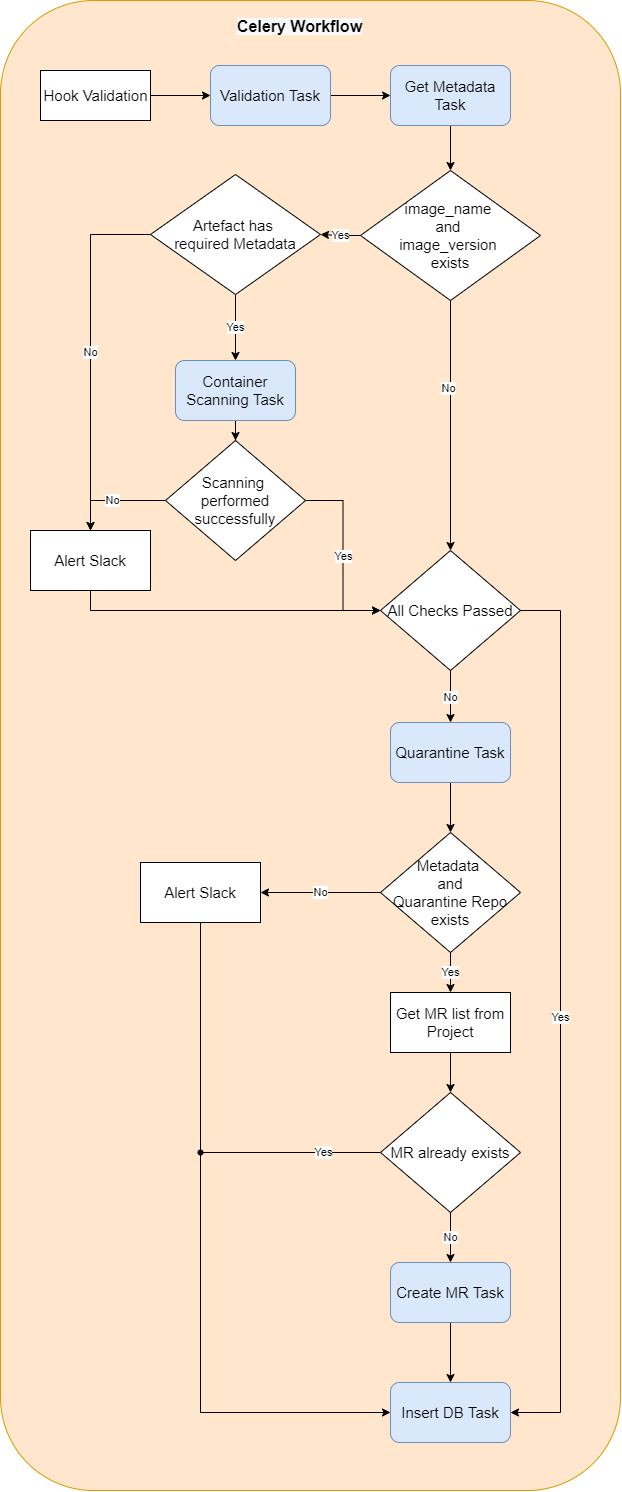
Before: CICD/Artefact-Validation-Workflow.png, a diagram exported from draw.io (jbmorgado/ICALEPCS2021). Source tidied: cells renumbered, new cells last; positions are measured from the earlier drawing's top-left corner, leaving out a move shared by most shapes.
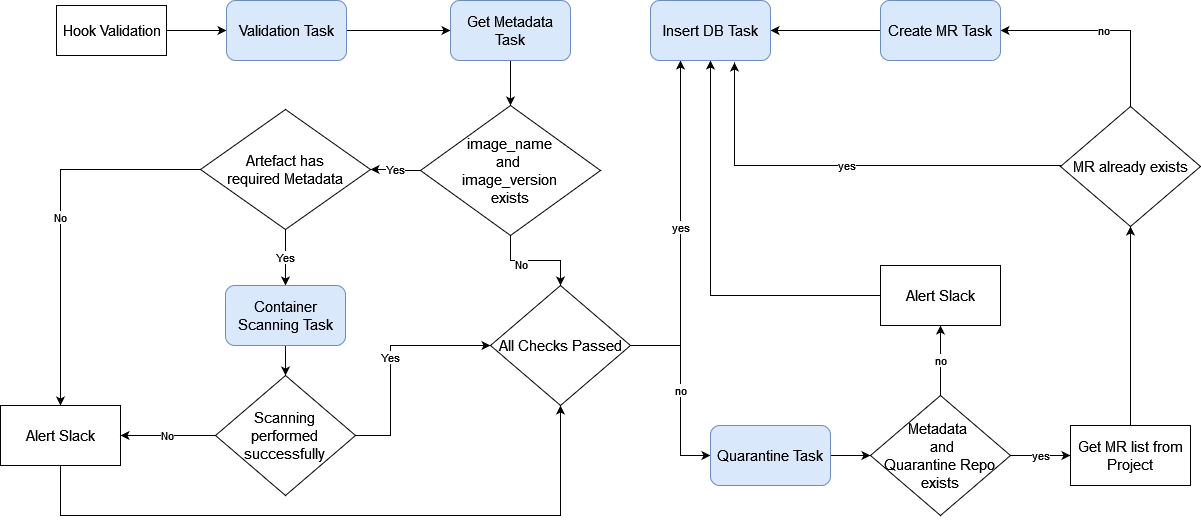
Above is the later version.

Change to the diagram source:
```diff
@@ -2,26 +2,23 @@
   <root>
     <mxCell id="0" />
     <mxCell id="1" parent="0" />
-    <mxCell id="2" style="rounded=1;whiteSpace=wrap;html=1;fillColor=#ffe6cc;strokeColor=#d79b00;" parent="1" vertex="1">
-      <mxGeometry width="620" height="1490" as="geometry" />
-    </mxCell>
     <mxCell id="3" style="edgeStyle=orthogonalEdgeStyle;rounded=0;jettySize=auto;html=1;" parent="1" edge="1" source="4" target="6">
       <mxGeometry relative="1" as="geometry" />
     </mxCell>
     <mxCell id="4" value="&lt;font style=&quot;font-size: 15px&quot;&gt;Hook Validation&lt;/font&gt;" style="html=1;" parent="1" vertex="1">
-      <mxGeometry x="40" y="70" width="110" height="50" as="geometry" />
+      <mxGeometry x="-544" y="-40" width="110" height="50" as="geometry" />
     </mxCell>
     <mxCell id="5" style="edgeStyle=orthogonalEdgeStyle;rounded=0;jettySize=auto;html=1;" parent="1" edge="1" source="6" target="8">
       <mxGeometry relative="1" as="geometry" />
     </mxCell>
     <mxCell id="6" value="&lt;font style=&quot;font-size: 15px&quot;&gt;Validation Task&lt;/font&gt;" style="rounded=1;whiteSpace=wrap;html=1;fillColor=#dae8fc;strokeColor=#6c8ebf;" parent="1" vertex="1">
-      <mxGeometry x="210" y="65" width="120" height="60" as="geometry" />
+      <mxGeometry x="-374" y="-45" width="120" height="60" as="geometry" />
     </mxCell>
     <mxCell id="7" style="edgeStyle=orthogonalEdgeStyle;rounded=0;jettySize=auto;html=1;exitX=0.5;exitY=1;exitDx=0;exitDy=0;entryX=0.5;entryY=0;entryDx=0;entryDy=0;" parent="1" edge="1" source="8" target="12">
       <mxGeometry relative="1" as="geometry" />
     </mxCell>
     <mxCell id="8" value="&lt;font style=&quot;font-size: 15px&quot;&gt;Get Metadata Task&lt;/font&gt;" style="rounded=1;whiteSpace=wrap;html=1;fillColor=#dae8fc;strokeColor=#6c8ebf;" parent="1" vertex="1">
-      <mxGeometry x="390" y="65" width="120" height="60" as="geometry" />
+      <mxGeometry x="-150" y="-45" width="120" height="60" as="geometry" />
     </mxCell>
     <mxCell id="9" value="Yes" style="edgeStyle=orthogonalEdgeStyle;rounded=0;jettySize=auto;html=1;" parent="1" edge="1" source="12" target="15">
       <mxGeometry relative="1" as="geometry" />
@@ -33,112 +30,127 @@
       <mxGeometry x="-0.31" y="-3" relative="1" as="geometry" />
     </mxCell>
     <mxCell id="12" value="&lt;font style=&quot;font-size: 15px&quot;&gt;image_name &lt;br&gt;and&amp;nbsp;&lt;br&gt;image_version &lt;br&gt;exists&lt;/font&gt;" style="rhombus;whiteSpace=wrap;html=1;rounded=0;labelBackgroundColor=none;fontSize=12;" parent="1" vertex="1">
-      <mxGeometry x="360" y="170" width="180" height="130" as="geometry" />
+      <mxGeometry x="-180" y="60" width="180" height="130" as="geometry" />
     </mxCell>
-    <mxCell id="13" value="No" style="edgeStyle=orthogonalEdgeStyle;rounded=0;jettySize=auto;html=1;exitX=0;exitY=0.5;exitDx=0;exitDy=0;" parent="1" edge="1" source="15" target="17">
-      <mxGeometry relative="1" as="geometry" />
-    </mxCell>
+    <mxCell id="43" value="No" style="edgeStyle=orthogonalEdgeStyle;rounded=0;jettySize=auto;html=1;exitX=0;exitY=0.5;exitDx=0;exitDy=0;entryX=0.5;entryY=0;entryDx=0;entryDy=0;" parent="1" edge="1" source="15" target="46">
+      <mxGeometry relative="1" as="geometry">
+        <Array as="points">
+          <mxPoint x="-540" y="124" />
+        </Array>
+      </mxGeometry>
+    </mxCell>
     <mxCell id="14" value="Yes" style="edgeStyle=orthogonalEdgeStyle;rounded=0;jettySize=auto;html=1;" parent="1" edge="1" source="15" target="19">
       <mxGeometry relative="1" as="geometry" />
     </mxCell>
     <mxCell id="15" value="&lt;font style=&quot;font-size: 15px&quot;&gt;Artefact has &lt;br&gt;required Metadata&lt;/font&gt;" style="rhombus;whiteSpace=wrap;html=1;rounded=0;labelBackgroundColor=none;fontSize=12;" parent="1" vertex="1">
-      <mxGeometry x="150" y="174" width="170" height="120" as="geometry" />
+      <mxGeometry x="-400" y="64" width="170" height="120" as="geometry" />
     </mxCell>
-    <mxCell id="16" style="edgeStyle=orthogonalEdgeStyle;rounded=0;jettySize=auto;html=1;exitX=0.5;exitY=1;exitDx=0;exitDy=0;entryX=0;entryY=0.5;entryDx=0;entryDy=0;endArrow=classic;endFill=1;" parent="1" edge="1" source="17" target="22">
-      <mxGeometry relative="1" as="geometry" />
-    </mxCell>
-    <mxCell id="17" value="&lt;font style=&quot;font-size: 15px&quot;&gt;Alert Slack&lt;/font&gt;" style="whiteSpace=wrap;html=1;rounded=0;" parent="1" vertex="1">
-      <mxGeometry x="30" y="530" width="120" height="60" as="geometry" />
-    </mxCell>
+    <mxCell id="45" style="edgeStyle=orthogonalEdgeStyle;rounded=0;jettySize=auto;html=1;exitX=0.5;exitY=1;exitDx=0;exitDy=0;entryX=0.5;entryY=1;entryDx=0;entryDy=0;endArrow=classic;endFill=1;" parent="1" edge="1" source="46" target="22">
+      <mxGeometry relative="1" as="geometry">
+        <Array as="points">
+          <mxPoint x="-540" y="470" />
+          <mxPoint x="-40" y="470" />
+        </Array>
+      </mxGeometry>
+    </mxCell>
+    <mxCell id="46" value="&lt;font style=&quot;font-size: 15px&quot;&gt;Alert Slack&lt;/font&gt;" style="whiteSpace=wrap;html=1;rounded=0;" parent="1" vertex="1">
+      <mxGeometry x="-600" y="360" width="120" height="60" as="geometry" />
+    </mxCell>
     <mxCell id="18" style="edgeStyle=orthogonalEdgeStyle;rounded=0;jettySize=auto;html=1;" parent="1" edge="1" source="19" target="44">
       <mxGeometry relative="1" as="geometry" />
     </mxCell>
     <mxCell id="19" value="&lt;font style=&quot;font-size: 15px&quot;&gt;Container Scanning Task&lt;/font&gt;" style="rounded=1;whiteSpace=wrap;html=1;fillColor=#dae8fc;strokeColor=#6c8ebf;" parent="1" vertex="1">
-      <mxGeometry x="175" y="360" width="120" height="60" as="geometry" />
+      <mxGeometry x="-375" y="240" width="120" height="60" as="geometry" />
     </mxCell>
-    <mxCell id="20" value="No" style="edgeStyle=orthogonalEdgeStyle;rounded=0;jettySize=auto;html=1;" parent="1" edge="1" source="22" target="24">
-      <mxGeometry relative="1" as="geometry" />
+    <mxCell id="20" value="&lt;div&gt;no&lt;/div&gt;" style="edgeStyle=orthogonalEdgeStyle;rounded=0;jettySize=auto;html=1;entryX=0;entryY=0.5;entryDx=0;entryDy=0;" parent="1" edge="1" source="22" target="24">
+      <mxGeometry relative="1" as="geometry">
+        <Array as="points">
+          <mxPoint x="80" y="300" />
+          <mxPoint x="80" y="410" />
+        </Array>
+      </mxGeometry>
     </mxCell>
-    <mxCell id="21" value="Yes" style="edgeStyle=orthogonalEdgeStyle;rounded=0;jettySize=auto;html=1;exitX=1;exitY=0.5;exitDx=0;exitDy=0;entryX=1;entryY=0.5;entryDx=0;entryDy=0;endArrow=classic;endFill=1;" parent="1" edge="1" source="22" target="38">
+    <mxCell id="21" value="&lt;div&gt;yes&lt;/div&gt;" style="edgeStyle=orthogonalEdgeStyle;rounded=0;jettySize=auto;html=1;entryX=0.25;entryY=1;entryDx=0;entryDy=0;" parent="1" edge="1" source="22" target="38">
       <mxGeometry relative="1" as="geometry">
         <Array as="points">
-          <mxPoint x="560" y="610" />
-          <mxPoint x="560" y="1412" />
+          <mxPoint x="80" y="300" />
         </Array>
       </mxGeometry>
     </mxCell>
     <mxCell id="22" value="&lt;font style=&quot;font-size: 15px&quot;&gt;All Checks Passed&lt;/font&gt;" style="rhombus;whiteSpace=wrap;html=1;rounded=0;labelBackgroundColor=none;fontSize=12;" parent="1" vertex="1">
-      <mxGeometry x="380" y="550" width="140" height="120" as="geometry" />
+      <mxGeometry x="-110" y="240" width="140" height="120" as="geometry" />
     </mxCell>
     <mxCell id="23" style="edgeStyle=orthogonalEdgeStyle;rounded=0;jettySize=auto;html=1;" parent="1" edge="1" source="24" target="27">
       <mxGeometry relative="1" as="geometry" />
     </mxCell>
     <mxCell id="24" value="&lt;font style=&quot;font-size: 15px&quot;&gt;Quarantine Task&lt;/font&gt;" style="rounded=1;whiteSpace=wrap;html=1;fillColor=#dae8fc;strokeColor=#6c8ebf;" parent="1" vertex="1">
-      <mxGeometry x="390" y="722" width="120" height="60" as="geometry" />
+      <mxGeometry x="110" y="380" width="120" height="60" as="geometry" />
     </mxCell>
-    <mxCell id="25" value="No" style="edgeStyle=orthogonalEdgeStyle;rounded=0;jettySize=auto;html=1;" parent="1" edge="1" source="27" target="29">
-      <mxGeometry relative="1" as="geometry" />
-    </mxCell>
+    <mxCell id="47" value="no" style="edgeStyle=orthogonalEdgeStyle;rounded=0;jettySize=auto;html=1;" parent="1" edge="1" source="27" target="49">
+      <mxGeometry relative="1" as="geometry" />
+    </mxCell>
-    <mxCell id="26" value="Yes" style="edgeStyle=orthogonalEdgeStyle;rounded=0;jettySize=auto;html=1;" parent="1" edge="1" source="27" target="33">
+    <mxCell id="26" value="yes" style="edgeStyle=orthogonalEdgeStyle;rounded=0;jettySize=auto;html=1;entryX=0;entryY=0.5;entryDx=0;entryDy=0;" parent="1" edge="1" source="27" target="33">
       <mxGeometry relative="1" as="geometry" />
     </mxCell>
     <mxCell id="27" value="&lt;font style=&quot;font-size: 15px&quot;&gt;Metadata&amp;nbsp;&lt;br&gt;&amp;nbsp;and &lt;br&gt;Quarantine Repo&lt;br&gt;exists&lt;/font&gt;" style="rhombus;whiteSpace=wrap;html=1;rounded=0;labelBackgroundColor=none;fontSize=12;" parent="1" vertex="1">
-      <mxGeometry x="380" y="832" width="140" height="120" as="geometry" />
+      <mxGeometry x="270" y="350" width="140" height="120" as="geometry" />
     </mxCell>
-    <mxCell id="28" style="edgeStyle=orthogonalEdgeStyle;rounded=0;jettySize=auto;html=1;entryX=0.5;entryY=0.417;entryDx=0;entryDy=0;entryPerimeter=0;endArrow=none;endFill=0;" parent="1" edge="1" source="29" target="40">
-      <mxGeometry relative="1" as="geometry" />
-    </mxCell>
-    <mxCell id="29" value="&lt;font style=&quot;font-size: 15px&quot;&gt;Alert Slack&lt;/font&gt;" style="whiteSpace=wrap;html=1;rounded=0;" parent="1" vertex="1">
-      <mxGeometry x="140" y="862" width="120" height="60" as="geometry" />
-    </mxCell>
+    <mxCell id="48" style="edgeStyle=orthogonalEdgeStyle;rounded=0;jettySize=auto;html=1;entryX=0.5;entryY=1;entryDx=0;entryDy=0;" parent="1" edge="1" source="49" target="38">
+      <mxGeometry relative="1" as="geometry" />
+    </mxCell>
+    <mxCell id="49" value="&lt;font style=&quot;font-size: 15px&quot;&gt;Alert Slack&lt;/font&gt;" style="whiteSpace=wrap;html=1;rounded=0;" parent="1" vertex="1">
+      <mxGeometry x="280" y="220" width="120" height="60" as="geometry" />
+    </mxCell>
-    <mxCell id="30" style="edgeStyle=orthogonalEdgeStyle;rounded=0;jettySize=auto;html=1;" parent="1" edge="1" source="33" target="35">
+    <mxCell id="30" style="edgeStyle=orthogonalEdgeStyle;rounded=0;jettySize=auto;html=1;entryX=0.5;entryY=1;entryDx=0;entryDy=0;" parent="1" edge="1" source="33" target="35">
       <mxGeometry relative="1" as="geometry" />
     </mxCell>
-    <mxCell id="31" style="edgeStyle=orthogonalEdgeStyle;rounded=0;jettySize=auto;html=1;entryX=0.667;entryY=0.521;entryDx=0;entryDy=0;entryPerimeter=0;endArrow=none;endFill=0;exitX=0;exitY=0.5;exitDx=0;exitDy=0;" parent="1" edge="1" source="35" target="40">
-      <mxGeometry relative="1" as="geometry" />
-    </mxCell>
-    <mxCell id="32" value="Yes" style="edgeLabel;html=1;align=center;verticalAlign=middle;" parent="31" vertex="1">
-      <mxGeometry x="-0.34" y="-1" relative="1" as="geometry" />
-    </mxCell>
     <mxCell id="33" value="&lt;font style=&quot;font-size: 15px&quot;&gt;Get MR list from Project&lt;/font&gt;" style="whiteSpace=wrap;html=1;rounded=0;" parent="1" vertex="1">
-      <mxGeometry x="390" y="992" width="120" height="60" as="geometry" />
+      <mxGeometry x="470" y="380" width="120" height="60" as="geometry" />
     </mxCell>
+    <mxCell id="50" value="yes" style="edgeStyle=orthogonalEdgeStyle;rounded=0;jettySize=auto;html=1;entryX=0.7;entryY=1.033;entryDx=0;entryDy=0;exitX=0;exitY=0.5;exitDx=0;exitDy=0;entryPerimeter=0;" parent="1" edge="1" source="35" target="38">
+      <mxGeometry relative="1" as="geometry">
+        <Array as="points">
+          <mxPoint x="134" y="120" />
+        </Array>
+      </mxGeometry>
+    </mxCell>
-    <mxCell id="34" value="No" style="edgeStyle=orthogonalEdgeStyle;rounded=0;jettySize=auto;html=1;" parent="1" edge="1" source="35" target="37">
-      <mxGeometry relative="1" as="geometry" />
+    <mxCell id="34" value="no" style="edgeStyle=orthogonalEdgeStyle;rounded=0;jettySize=auto;html=1;entryX=1;entryY=0.5;entryDx=0;entryDy=0;" parent="1" edge="1" source="35" target="37">
+      <mxGeometry relative="1" as="geometry">
+        <Array as="points">
+          <mxPoint x="530" y="-15" />
+        </Array>
+      </mxGeometry>
     </mxCell>
     <mxCell id="35" value="&lt;font style=&quot;font-size: 15px&quot;&gt;MR already exists&lt;/font&gt;" style="rhombus;whiteSpace=wrap;html=1;rounded=0;labelBackgroundColor=none;fontSize=12;" parent="1" vertex="1">
-      <mxGeometry x="380" y="1092" width="140" height="120" as="geometry" />
+      <mxGeometry x="460" y="61" width="140" height="120" as="geometry" />
     </mxCell>
-    <mxCell id="36" style="edgeStyle=orthogonalEdgeStyle;rounded=0;jettySize=auto;html=1;" parent="1" edge="1" source="37" target="38">
-      <mxGeometry relative="1" as="geometry" />
+    <mxCell id="36" style="edgeStyle=orthogonalEdgeStyle;rounded=0;jettySize=auto;html=1;entryX=1;entryY=0.5;entryDx=0;entryDy=0;" parent="1" edge="1" source="37" target="38">
+      <mxGeometry relative="1" as="geometry">
+        <Array as="points">
+          <mxPoint x="180" y="-15" />
+          <mxPoint x="180" y="-15" />
+        </Array>
+      </mxGeometry>
     </mxCell>
     <mxCell id="37" value="&lt;font style=&quot;font-size: 15px&quot;&gt;Create MR Task&lt;/font&gt;" style="rounded=1;whiteSpace=wrap;html=1;fillColor=#dae8fc;strokeColor=#6c8ebf;" parent="1" vertex="1">
-      <mxGeometry x="390" y="1262" width="120" height="60" as="geometry" />
+      <mxGeometry x="280" y="-45" width="120" height="60" as="geometry" />
     </mxCell>
     <mxCell id="38" value="&lt;font style=&quot;font-size: 15px&quot;&gt;Insert DB Task&lt;/font&gt;" style="rounded=1;whiteSpace=wrap;html=1;fillColor=#dae8fc;strokeColor=#6c8ebf;" parent="1" vertex="1">
-      <mxGeometry x="390" y="1382" width="120" height="60" as="geometry" />
+      <mxGeometry x="50" y="-45" width="120" height="60" as="geometry" />
     </mxCell>
-    <mxCell id="39" style="edgeStyle=orthogonalEdgeStyle;rounded=0;jettySize=auto;html=1;entryX=0;entryY=0.5;entryDx=0;entryDy=0;endArrow=classic;endFill=1;" parent="1" edge="1" source="40" target="38">
-      <mxGeometry relative="1" as="geometry">
-        <Array as="points">
-          <mxPoint x="200" y="1412" />
-        </Array>
-      </mxGeometry>
-    </mxCell>
-    <mxCell id="40" style="shape=waypoint;sketch=0;fillStyle=solid;size=6;points=[];fillColor=none;perimeter=centerPerimeter;snapToPoint=1;" parent="1" vertex="1">
-      <mxGeometry x="180" y="1132" width="40" height="40" as="geometry" />
-    </mxCell>
-    <mxCell id="41" value="&lt;span style=&quot;color: rgb(0 , 0 , 0) ; font-size: 16px ; font-style: normal ; font-weight: 700 ; letter-spacing: normal ; text-align: center ; text-indent: 0px ; text-transform: none ; word-spacing: 0px ; background-color: rgb(248 , 249 , 250) ; font-family: &amp;#34;helvetica&amp;#34; ; display: inline ; float: none&quot;&gt;Celery Workflow&lt;/span&gt;" style="text;whiteSpace=wrap;html=1;" parent="1" vertex="1">
-      <mxGeometry x="235" y="10" width="150" height="30" as="geometry" />
-    </mxCell>
     <mxCell id="42" value="Yes" style="edgeStyle=orthogonalEdgeStyle;rounded=0;jettySize=auto;html=1;entryX=0;entryY=0.5;entryDx=0;entryDy=0;" parent="1" edge="1" source="44" target="22">
-      <mxGeometry relative="1" as="geometry" />
+      <mxGeometry relative="1" as="geometry">
+        <Array as="points">
+          <mxPoint x="-210" y="390" />
+          <mxPoint x="-210" y="300" />
+        </Array>
+      </mxGeometry>
     </mxCell>
-    <mxCell id="43" value="No" style="edgeStyle=orthogonalEdgeStyle;rounded=0;jettySize=auto;html=1;exitX=0;exitY=0.5;exitDx=0;exitDy=0;entryX=0.5;entryY=0;entryDx=0;entryDy=0;" parent="1" edge="1" source="44" target="17">
-      <mxGeometry relative="1" as="geometry" />
-    </mxCell>
+    <mxCell id="51" value="No" style="edgeStyle=orthogonalEdgeStyle;rounded=0;jettySize=auto;html=1;exitX=0;exitY=0.5;exitDx=0;exitDy=0;entryX=1;entryY=0.5;entryDx=0;entryDy=0;" parent="1" edge="1" source="44" target="46">
+      <mxGeometry relative="1" as="geometry" />
+    </mxCell>
     <mxCell id="44" value="&lt;font style=&quot;font-size: 15px&quot;&gt;Scanning &lt;br&gt;performed&lt;br&gt;successfully&lt;br&gt;&lt;/font&gt;" style="rhombus;whiteSpace=wrap;html=1;rounded=0;labelBackgroundColor=none;fontSize=12;" parent="1" vertex="1">
-      <mxGeometry x="165" y="440" width="140" height="120" as="geometry" />
+      <mxGeometry x="-385" y="330" width="140" height="120" as="geometry" />
     </mxCell>
   </root>
 </mxGraphModel>
```
